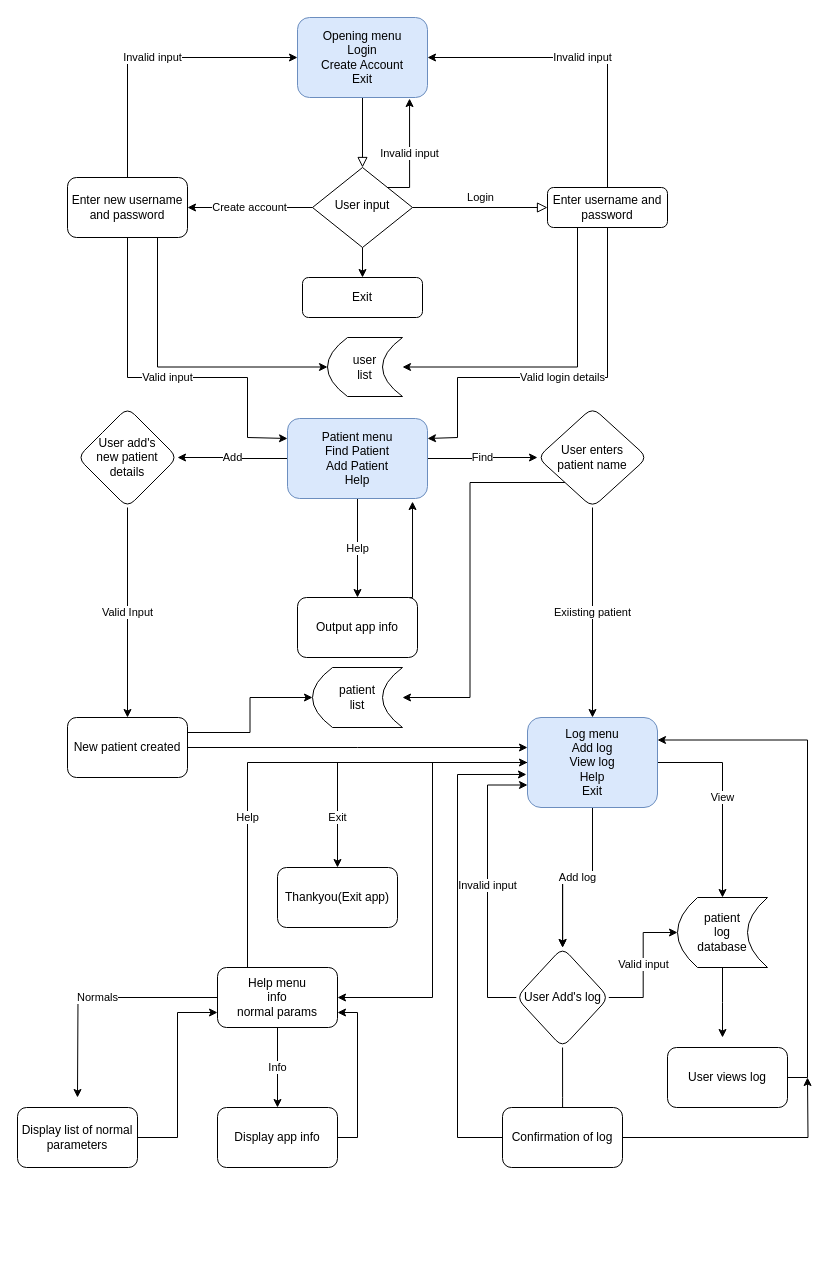
Earlier version of the draw.io diagram Documents/assessment/AshlieGray _T1A3_2/docs/controlflow2.drawio (Ashlie-G/T1A3_2). Source tidied: cells renumbered, new cells numbered last; positions are measured from the earlier drawing's top-left corner, leaving out a move shared by most shapes. Both pictures are drawn from the tidied source at 100%, with x=0, y=0 at pixel (17, 17).
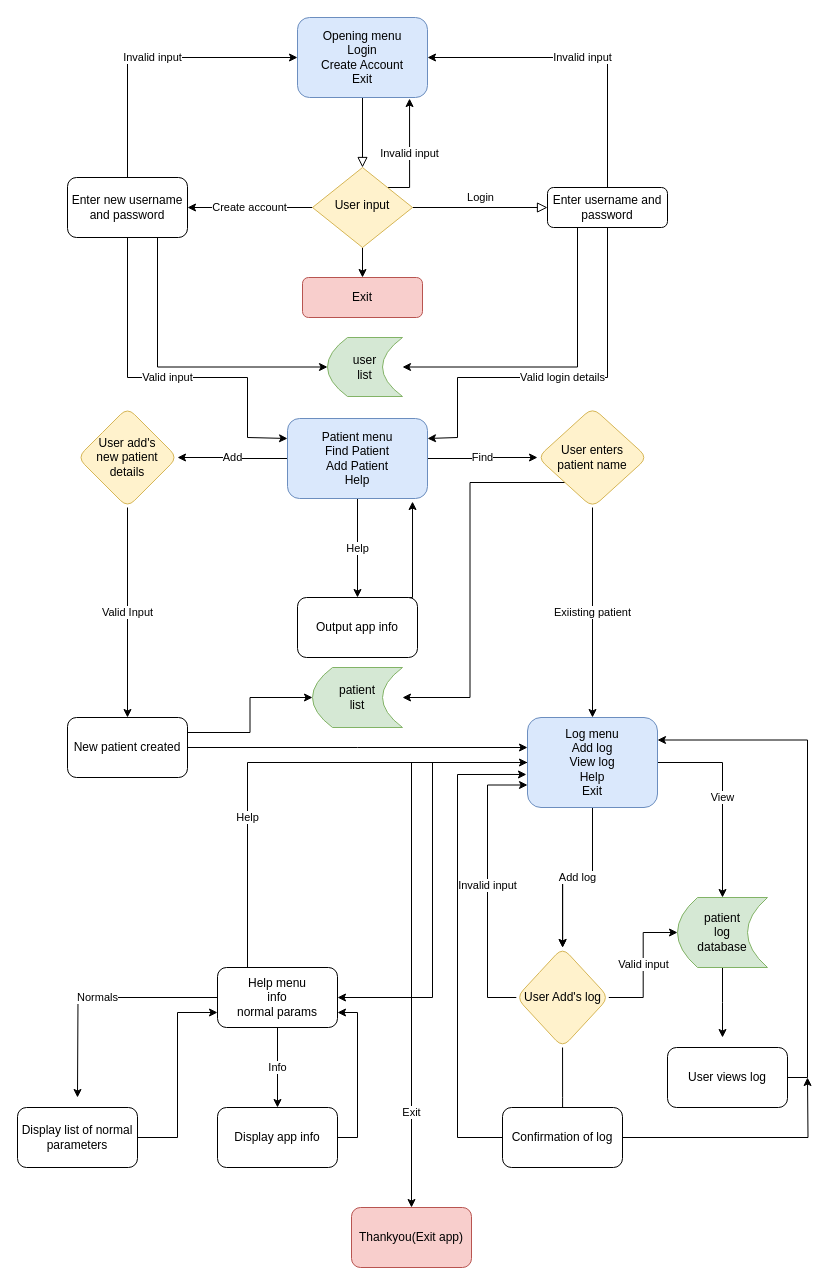
The same page after the edit.

Change to the diagram source:
```diff
@@
-    <mxCell id="8" value="User input" style="rhombus;whiteSpace=wrap;html=1;shadow=0;fontFamily=Helvetica;fontSize=12;align=center;strokeWidth=1;spacing=6;spacingTop=-4;" parent="1" vertex="1">
+    <mxCell id="8" value="User input" style="rhombus;whiteSpace=wrap;html=1;shadow=0;fontFamily=Helvetica;fontSize=12;align=center;strokeWidth=1;spacing=6;spacingTop=-4;fillColor=#fff2cc;strokeColor=#d6b656;" parent="1" vertex="1">
       <mxGeometry x="295" y="150" width="100" height="80" as="geometry" />
     </mxCell>
@@
-    <mxCell id="13" value="Exit" style="rounded=1;whiteSpace=wrap;html=1;fontSize=12;glass=0;strokeWidth=1;shadow=0;" parent="1" vertex="1">
+    <mxCell id="13" value="Exit" style="rounded=1;whiteSpace=wrap;html=1;fontSize=12;glass=0;strokeWidth=1;shadow=0;fillColor=#f8cecc;strokeColor=#b85450;" parent="1" vertex="1">
       <mxGeometry x="285" y="260" width="120" height="40" as="geometry" />
     </mxCell>
@@
-    <mxCell id="24" value="User enters &lt;br&gt;patient name" style="rhombus;whiteSpace=wrap;html=1;rounded=1;" parent="1" vertex="1">
+    <mxCell id="24" value="User enters &lt;br&gt;patient name" style="rhombus;whiteSpace=wrap;html=1;rounded=1;fillColor=#fff2cc;strokeColor=#d6b656;" parent="1" vertex="1">
       <mxGeometry x="520" y="390" width="110" height="100" as="geometry" />
     </mxCell>
@@
-    <mxCell id="26" value="User add's &lt;br&gt;new patient &lt;br&gt;details" style="rhombus;whiteSpace=wrap;html=1;rounded=1;" parent="1" vertex="1">
+    <mxCell id="26" value="User add's &lt;br&gt;new patient &lt;br&gt;details" style="rhombus;whiteSpace=wrap;html=1;rounded=1;fillColor=#fff2cc;strokeColor=#d6b656;" parent="1" vertex="1">
       <mxGeometry x="60" y="390" width="100" height="100" as="geometry" />
     </mxCell>
@@
-    <mxCell id="41" value="User Add's log" style="rhombus;whiteSpace=wrap;html=1;rounded=1;" parent="1" vertex="1">
+    <mxCell id="41" value="User Add's log" style="rhombus;whiteSpace=wrap;html=1;rounded=1;fillColor=#fff2cc;strokeColor=#d6b656;" parent="1" vertex="1">
       <mxGeometry x="498.8" y="930" width="92.5" height="100" as="geometry" />
     </mxCell>
@@
-    <mxCell id="44" value="Thankyou(Exit app)" style="rounded=1;whiteSpace=wrap;html=1;" parent="1" vertex="1">
-      <mxGeometry x="260" y="850" width="120" height="60" as="geometry" />
+    <mxCell id="44" value="Thankyou(Exit app)" style="rounded=1;whiteSpace=wrap;html=1;fillColor=#f8cecc;strokeColor=#b85450;" parent="1" vertex="1">
+      <mxGeometry x="334" y="1190" width="120" height="60" as="geometry" />
     </mxCell>
@@
-    <mxCell id="48" value="patient &lt;br&gt;list" style="shape=dataStorage;whiteSpace=wrap;html=1;fixedSize=1;" parent="1" vertex="1">
+    <mxCell id="48" value="patient &lt;br&gt;list" style="shape=dataStorage;whiteSpace=wrap;html=1;fixedSize=1;fillColor=#d5e8d4;strokeColor=#82b366;" parent="1" vertex="1">
       <mxGeometry x="295" y="650" width="90" height="60" as="geometry" />
     </mxCell>
-    <mxCell id="49" value="user &lt;br&gt;list" style="shape=dataStorage;whiteSpace=wrap;html=1;fixedSize=1;" parent="1" vertex="1">
+    <mxCell id="49" value="user &lt;br&gt;list" style="shape=dataStorage;whiteSpace=wrap;html=1;fixedSize=1;fillColor=#d5e8d4;strokeColor=#82b366;" parent="1" vertex="1">
       <mxGeometry x="310" y="320" width="75" height="59" as="geometry" />
     </mxCell>
@@
-    <mxCell id="51" value="patient&lt;br&gt;log &lt;br&gt;database" style="shape=dataStorage;whiteSpace=wrap;html=1;fixedSize=1;" parent="1" vertex="1">
+    <mxCell id="51" value="patient&lt;br&gt;log &lt;br&gt;database" style="shape=dataStorage;whiteSpace=wrap;html=1;fixedSize=1;fillColor=#d5e8d4;strokeColor=#82b366;" parent="1" vertex="1">
       <mxGeometry x="660" y="880" width="90" height="70" as="geometry" />
     </mxCell>
```
